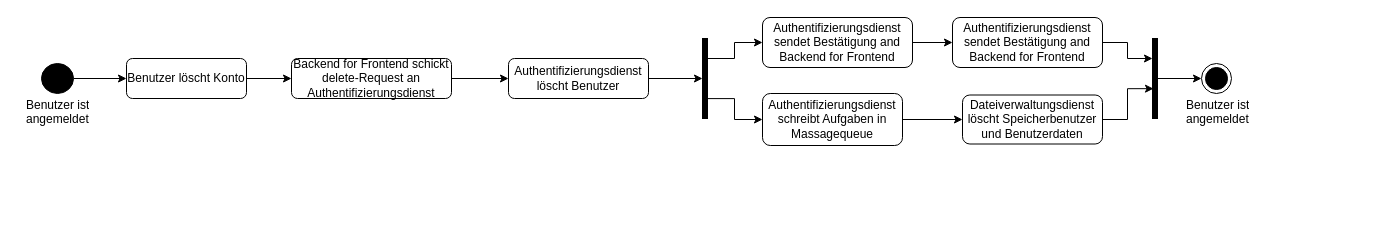
Above: Dokumente/Benutzerlebenszyklus/Benutzer löschen Aktivitätsdiagramm.drawio in DavidFambach/Abgabe-ASE-Patientenakte (draw.io), before the change. Source tidied: cells renumbered, new cells numbered last; positions are measured from the earlier drawing's top-left corner, leaving out a move shared by most shapes. Both pictures are drawn from the tidied source at 100%, with x=0, y=0 at pixel (21, 17).
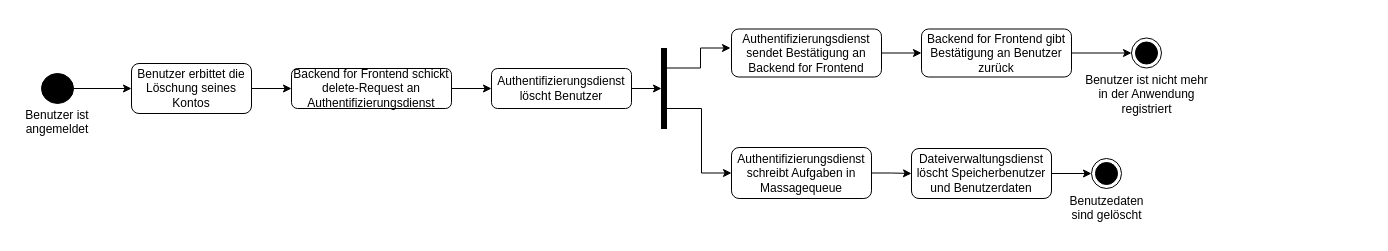
The same page after the edit.

What changed in the source:
```diff
@@
     <mxCell id="3" style="ellipse;fillColor=strokeColor;" parent="1" vertex="1">
-      <mxGeometry x="20" y="46" width="32" height="30" as="geometry" />
+      <mxGeometry x="20" y="56" width="32" height="30" as="geometry" />
     </mxCell>
@@
-    <mxCell id="5" value="Benutzer löscht Konto" style="rounded=1;whiteSpace=wrap;html=1;fontSize=12;glass=0;strokeWidth=1;shadow=0;" parent="1" vertex="1">
-      <mxGeometry x="105" y="41" width="120" height="40" as="geometry" />
+    <mxCell id="5" value="Benutzer erbittet die Löschung seines Kontos" style="rounded=1;whiteSpace=wrap;html=1;fontSize=12;glass=0;strokeWidth=1;shadow=0;" parent="1" vertex="1">
+      <mxGeometry x="110" y="46" width="120" height="50" as="geometry" />
     </mxCell>
@@
     <mxCell id="7" value="&lt;div&gt;Authentifizierungsdienst &lt;br&gt;&lt;/div&gt;&lt;div&gt;löscht Benutzer&lt;br&gt;&lt;/div&gt;" style="rounded=1;whiteSpace=wrap;html=1;fontSize=12;glass=0;strokeWidth=1;shadow=0;" parent="1" vertex="1">
-      <mxGeometry x="487" y="41" width="140" height="40" as="geometry" />
+      <mxGeometry x="470" y="51" width="140" height="40" as="geometry" />
     </mxCell>
-    <mxCell id="8" style="edgeStyle=orthogonalEdgeStyle;rounded=0;jettySize=auto;html=1;strokeColor=default;startArrow=none;startFill=0;endArrow=classic;endFill=1;" parent="1" edge="1" source="9" target="11">
+    <mxCell id="8" style="edgeStyle=orthogonalEdgeStyle;rounded=0;jettySize=auto;html=1;exitX=1;exitY=0.5;exitDx=0;exitDy=0;entryX=0;entryY=0.5;entryDx=0;entryDy=0;" parent="1" edge="1" source="9" target="11">
       <mxGeometry relative="1" as="geometry" />
     </mxCell>
+    <mxCell id="26" style="edgeStyle=orthogonalEdgeStyle;rounded=0;jettySize=auto;html=1;exitX=0;exitY=0.5;exitDx=0;exitDy=0;entryX=1;entryY=0.75;entryDx=0;entryDy=0;entryPerimeter=0;endArrow=none;endFill=0;startArrow=classic;startFill=1;" parent="1" edge="1" source="9" target="21">
+      <mxGeometry relative="1" as="geometry">
+        <Array as="points">
+          <mxPoint x="680" y="156" />
+          <mxPoint x="680" y="91" />
+        </Array>
+      </mxGeometry>
+    </mxCell>
     <mxCell id="9" value="&lt;div&gt;Authentifizierungsdienst schreibt Aufgaben in Massagequeue&lt;br&gt;&lt;/div&gt;" style="rounded=1;whiteSpace=wrap;html=1;fontSize=12;glass=0;strokeWidth=1;shadow=0;" parent="1" vertex="1">
-      <mxGeometry x="741" y="76" width="140" height="52" as="geometry" />
+      <mxGeometry x="710" y="130" width="140" height="51" as="geometry" />
     </mxCell>
-    <mxCell id="10" style="edgeStyle=orthogonalEdgeStyle;rounded=0;jettySize=auto;html=1;exitX=1;exitY=0.5;exitDx=0;exitDy=0;entryX=0.2;entryY=0.627;entryDx=0;entryDy=0;entryPerimeter=0;strokeColor=default;startArrow=none;startFill=0;endArrow=classic;endFill=1;" parent="1" edge="1" source="11" target="23">
-      <mxGeometry relative="1" as="geometry" />
-    </mxCell>
+    <mxCell id="27" style="edgeStyle=orthogonalEdgeStyle;rounded=0;jettySize=auto;html=1;exitX=1;exitY=0.5;exitDx=0;exitDy=0;" parent="1" edge="1" source="11" target="29">
+      <mxGeometry relative="1" as="geometry" />
+    </mxCell>
     <mxCell id="11" value="Dateiverwaltungsdienst löscht Speicherbenutzer und Benutzerdaten" style="rounded=1;whiteSpace=wrap;html=1;fontSize=12;glass=0;strokeWidth=1;shadow=0;" parent="1" vertex="1">
-      <mxGeometry x="941" y="77.5" width="140" height="49" as="geometry" />
+      <mxGeometry x="890" y="131" width="140" height="50" as="geometry" />
     </mxCell>
     <mxCell id="12" style="ellipse;html=1;shape=endState;fillColor=strokeColor;" parent="1" vertex="1">
-      <mxGeometry x="1180" y="46" width="30" height="30" as="geometry" />
+      <mxGeometry x="1110" y="20.5" width="30" height="30" as="geometry" />
     </mxCell>
@@
     <mxCell id="14" value="Backend for Frontend schickt delete-Request an Authentifizierungsdienst" style="rounded=1;whiteSpace=wrap;html=1;fontSize=12;glass=0;strokeWidth=1;shadow=0;" parent="1" vertex="1">
-      <mxGeometry x="270" y="41" width="160" height="40" as="geometry" />
+      <mxGeometry x="270" y="51" width="160" height="40" as="geometry" />
     </mxCell>
@@
-    <mxCell id="16" value="&lt;div&gt;Authentifizierungsdienst sendet Bestätigung and Backend for Frontend&lt;br&gt;&lt;/div&gt;" style="rounded=1;whiteSpace=wrap;html=1;fontSize=12;glass=0;strokeWidth=1;shadow=0;" parent="1" vertex="1">
-      <mxGeometry x="741" width="150" height="50" as="geometry" />
+    <mxCell id="16" value="&lt;div&gt;Authentifizierungsdienst sendet Bestätigung an Backend for Frontend&lt;br&gt;&lt;/div&gt;" style="rounded=1;whiteSpace=wrap;html=1;fontSize=12;glass=0;strokeWidth=1;shadow=0;" parent="1" vertex="1">
+      <mxGeometry x="710" y="11.5" width="150" height="48" as="geometry" />
     </mxCell>
-    <mxCell id="17" style="edgeStyle=orthogonalEdgeStyle;rounded=0;jettySize=auto;html=1;exitX=1;exitY=0.5;exitDx=0;exitDy=0;entryX=0;entryY=0.25;entryDx=0;entryDy=0;entryPerimeter=0;strokeColor=default;startArrow=none;startFill=0;endArrow=classic;endFill=1;" parent="1" edge="1" source="18" target="23">
-      <mxGeometry relative="1" as="geometry" />
-    </mxCell>
+    <mxCell id="28" style="edgeStyle=orthogonalEdgeStyle;rounded=0;jettySize=auto;html=1;exitX=1;exitY=0.5;exitDx=0;exitDy=0;entryX=0;entryY=0.5;entryDx=0;entryDy=0;" parent="1" edge="1" source="18" target="12">
+      <mxGeometry relative="1" as="geometry" />
+    </mxCell>
-    <mxCell id="18" value="&lt;div&gt;Authentifizierungsdienst sendet Bestätigung and Backend for Frontend&lt;br&gt;&lt;/div&gt;" style="rounded=1;whiteSpace=wrap;html=1;fontSize=12;glass=0;strokeWidth=1;shadow=0;" parent="1" vertex="1">
-      <mxGeometry x="931" width="150" height="50" as="geometry" />
+    <mxCell id="18" value="Backend for Frontend gibt Bestätigung an Benutzer zurück" style="rounded=1;whiteSpace=wrap;html=1;fontSize=12;glass=0;strokeWidth=1;shadow=0;" parent="1" vertex="1">
+      <mxGeometry x="900" y="11.5" width="150" height="48" as="geometry" />
     </mxCell>
-    <mxCell id="19" style="edgeStyle=orthogonalEdgeStyle;rounded=0;jettySize=auto;html=1;entryX=0;entryY=0.5;entryDx=0;entryDy=0;strokeColor=default;startArrow=none;startFill=0;endArrow=classic;endFill=1;" parent="1" edge="1" target="9">
-      <mxGeometry relative="1" as="geometry">
-        <mxPoint x="686" y="81.1" as="sourcePoint" />
-        <Array as="points">
-          <mxPoint x="713" y="81" />
-          <mxPoint x="713" y="102" />
-        </Array>
-      </mxGeometry>
-    </mxCell>
-    <mxCell id="20" style="edgeStyle=orthogonalEdgeStyle;rounded=0;jettySize=auto;html=1;entryX=0;entryY=0.5;entryDx=0;entryDy=0;strokeColor=default;startArrow=none;startFill=0;endArrow=classic;endFill=1;" parent="1" edge="1" source="21" target="16">
+    <mxCell id="20" style="edgeStyle=orthogonalEdgeStyle;rounded=0;jettySize=auto;html=1;strokeColor=default;startArrow=none;startFill=0;endArrow=classic;endFill=1;" parent="1" edge="1" source="21">
       <mxGeometry relative="1" as="geometry">
+        <mxPoint x="709" y="30.5" as="targetPoint" />
         <Array as="points">
-          <mxPoint x="713" y="41" />
-          <mxPoint x="713" y="25" />
+          <mxPoint x="679" y="50.5" />
+          <mxPoint x="679" y="30.5" />
+          <mxPoint x="710" y="30.5" />
         </Array>
       </mxGeometry>
     </mxCell>
     <mxCell id="21" style="html=1;points=[];perimeter=orthogonalPerimeter;fillColor=strokeColor;" parent="1" vertex="1">
-      <mxGeometry x="681" y="21" width="5" height="80" as="geometry" />
+      <mxGeometry x="640" y="31" width="5" height="80" as="geometry" />
     </mxCell>
-    <mxCell id="22" style="edgeStyle=orthogonalEdgeStyle;rounded=0;jettySize=auto;html=1;strokeColor=default;startArrow=none;startFill=0;endArrow=classic;endFill=1;" parent="1" edge="1" source="23" target="12">
-      <mxGeometry relative="1" as="geometry" />
-    </mxCell>
-    <mxCell id="23" style="html=1;points=[];perimeter=orthogonalPerimeter;fillColor=strokeColor;" parent="1" vertex="1">
-      <mxGeometry x="1131" y="21" width="5" height="80" as="geometry" />
-    </mxCell>
-    <mxCell id="24" value="&lt;div&gt;Benutzer ist &lt;br&gt;&lt;/div&gt;&lt;div&gt;angemeldet&lt;/div&gt;" style="text;html=1;strokeColor=none;fillColor=none;spacing=5;spacingTop=-20;whiteSpace=wrap;overflow=hidden;rounded=0;" parent="1" vertex="1">
-      <mxGeometry y="91" width="190" height="120" as="geometry" />
+    <mxCell id="24" value="&lt;div&gt;Benutzer ist &lt;br&gt;&lt;/div&gt;&lt;div&gt;angemeldet&lt;/div&gt;" style="text;html=1;strokeColor=none;fillColor=none;spacing=5;spacingTop=-20;whiteSpace=wrap;overflow=hidden;rounded=0;align=center;" parent="1" vertex="1">
+      <mxGeometry x="-4" y="101" width="80" height="30" as="geometry" />
     </mxCell>
-    <mxCell id="25" value="&lt;div&gt;Benutzer ist &lt;br&gt;&lt;/div&gt;&lt;div&gt;angemeldet&lt;/div&gt;" style="text;html=1;strokeColor=none;fillColor=none;spacing=5;spacingTop=-20;whiteSpace=wrap;overflow=hidden;rounded=0;" parent="1" vertex="1">
-      <mxGeometry x="1160" y="91" width="190" height="120" as="geometry" />
+    <mxCell id="25" value="Benutzer ist nicht mehr in der Anwendung registriert" style="text;html=1;strokeColor=none;fillColor=none;spacing=5;spacingTop=-20;whiteSpace=wrap;overflow=hidden;rounded=0;align=center;" parent="1" vertex="1">
+      <mxGeometry x="1058.8" y="66" width="132.5" height="35" as="geometry" />
     </mxCell>
+    <mxCell id="29" style="ellipse;html=1;shape=endState;fillColor=strokeColor;" parent="1" vertex="1">
+      <mxGeometry x="1070" y="141" width="30" height="30" as="geometry" />
+    </mxCell>
+    <mxCell id="30" value="Benutzedaten sind gelöscht " style="text;html=1;strokeColor=none;fillColor=none;spacing=5;spacingTop=-20;whiteSpace=wrap;overflow=hidden;rounded=0;align=center;" parent="1" vertex="1">
+      <mxGeometry x="1037.5" y="186.5" width="95" height="30" as="geometry" />
+    </mxCell>
```
